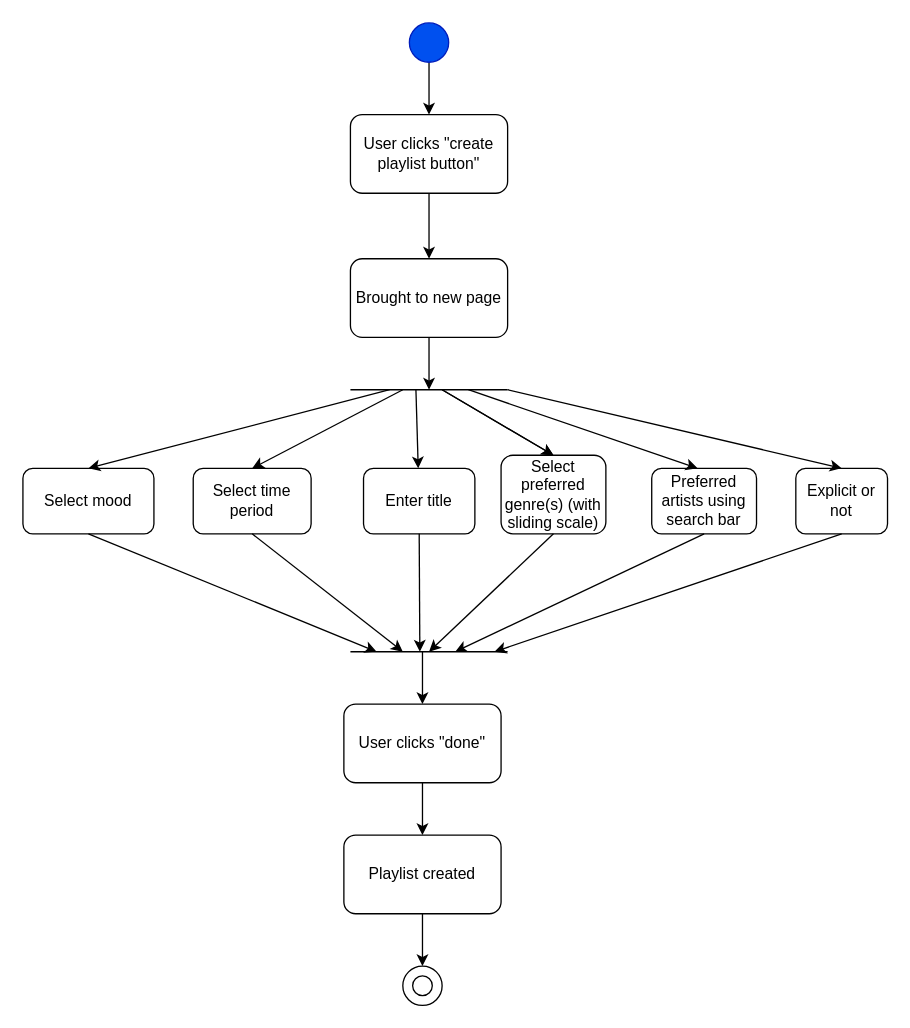
This is Diagrams/Activity/activity_gui_create_playlist.drawio from stpilks99/moodipy, a draw.io file, before an edit. Source tidied: cells renumbered, new cells numbered last; positions are measured from the earlier drawing's top-left corner, leaving out a move shared by most shapes. Both pictures are drawn from the tidied source at 131%, with x=0, y=0 at pixel (22, 22).
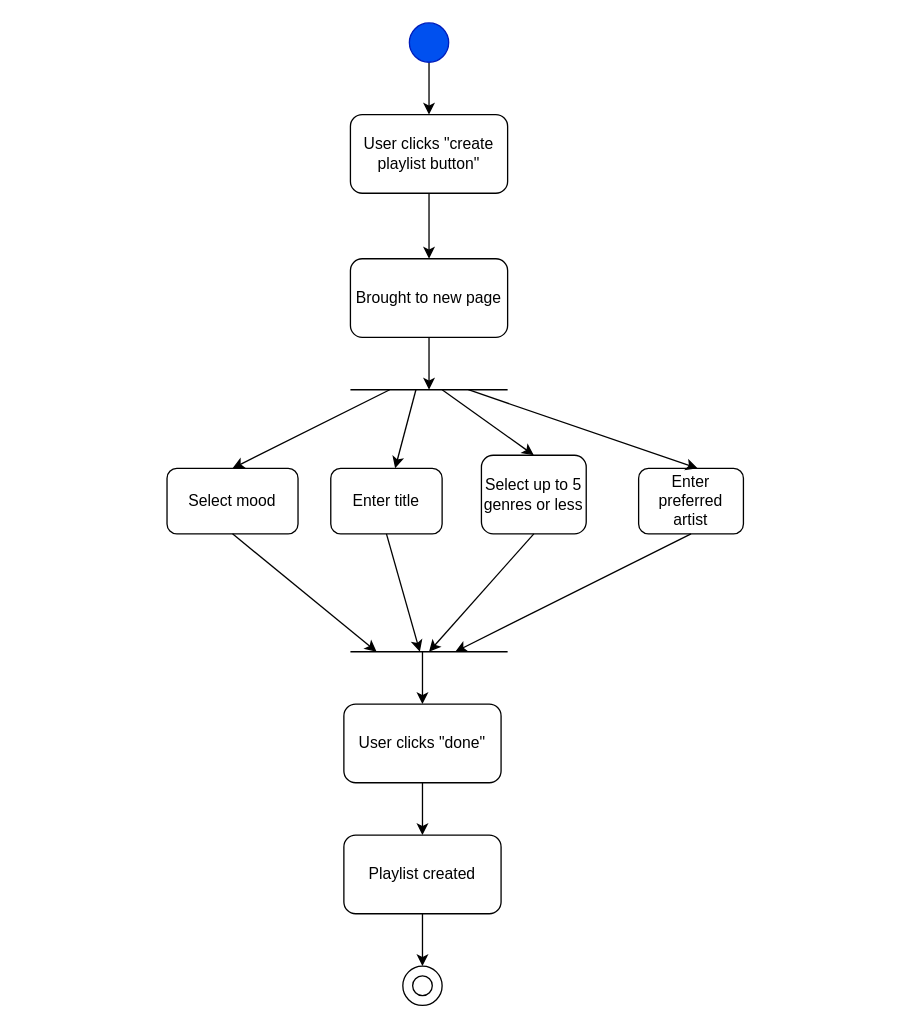
Above is the later version.

What changed in the source:
```diff
@@
     <mxCell id="7" value="Select mood" style="rounded=1;whiteSpace=wrap;html=1;" parent="1" vertex="1">
-      <mxGeometry y="340" width="100" height="50" as="geometry" />
+      <mxGeometry x="110" y="340" width="100" height="50" as="geometry" />
     </mxCell>
-    <mxCell id="8" value="Select time period" style="rounded=1;whiteSpace=wrap;html=1;" parent="1" vertex="1">
-      <mxGeometry x="130" y="340" width="90" height="50" as="geometry" />
-    </mxCell>
     <mxCell id="9" value="Enter title" style="rounded=1;whiteSpace=wrap;html=1;" parent="1" vertex="1">
-      <mxGeometry x="260" y="340" width="85" height="50" as="geometry" />
+      <mxGeometry x="235" y="340" width="85" height="50" as="geometry" />
     </mxCell>
-    <mxCell id="10" value="Select preferred genre(s) (with sliding scale)" style="rounded=1;whiteSpace=wrap;html=1;" parent="1" vertex="1">
-      <mxGeometry x="365" y="330" width="80" height="60" as="geometry" />
+    <mxCell id="10" value="Select up to 5 genres or less" style="rounded=1;whiteSpace=wrap;html=1;" parent="1" vertex="1">
+      <mxGeometry x="350" y="330" width="80" height="60" as="geometry" />
     </mxCell>
-    <mxCell id="11" value="Preferred artists using search bar" style="rounded=1;whiteSpace=wrap;html=1;" parent="1" vertex="1">
-      <mxGeometry x="480" y="340" width="80" height="50" as="geometry" />
+    <mxCell id="11" value="Enter preferred artist" style="rounded=1;whiteSpace=wrap;html=1;" parent="1" vertex="1">
+      <mxGeometry x="470" y="340" width="80" height="50" as="geometry" />
     </mxCell>
-    <mxCell id="12" value="Explicit or not" style="rounded=1;whiteSpace=wrap;html=1;" parent="1" vertex="1">
-      <mxGeometry x="590" y="340" width="70" height="50" as="geometry" />
-    </mxCell>
@@
-    <mxCell id="15" style="endArrow=classic;html=1;entryX=0.5;entryY=0;entryDx=0;entryDy=0;" parent="1" edge="1" target="8">
-      <mxGeometry relative="1" as="geometry">
-        <mxPoint x="290" y="280" as="sourcePoint" />
-      </mxGeometry>
-    </mxCell>
@@
-    <mxCell id="18" style="endArrow=classic;html=1;entryX=0.5;entryY=0;entryDx=0;entryDy=0;" parent="1" edge="1">
-      <mxGeometry relative="1" as="geometry">
-        <mxPoint x="320" y="280" as="sourcePoint" />
-        <mxPoint x="405" y="330" as="targetPoint" />
-      </mxGeometry>
-    </mxCell>
@@
-    <mxCell id="20" style="endArrow=classic;html=1;entryX=0.5;entryY=0;entryDx=0;entryDy=0;" parent="1" edge="1">
-      <mxGeometry relative="1" as="geometry">
-        <mxPoint x="370" y="280" as="sourcePoint" />
-        <mxPoint x="625" y="340" as="targetPoint" />
-      </mxGeometry>
-    </mxCell>
@@
-    <mxCell id="24" style="endArrow=classic;html=1;exitX=0.5;exitY=1;exitDx=0;exitDy=0;" parent="1" edge="1" source="8">
-      <mxGeometry relative="1" as="geometry">
-        <mxPoint x="290" y="480" as="targetPoint" />
-      </mxGeometry>
-    </mxCell>
@@
-    <mxCell id="28" style="endArrow=classic;html=1;exitX=0.5;exitY=1;exitDx=0;exitDy=0;" parent="1" edge="1" source="12">
-      <mxGeometry relative="1" as="geometry">
-        <mxPoint x="360" y="480" as="targetPoint" />
-      </mxGeometry>
-    </mxCell>
```
